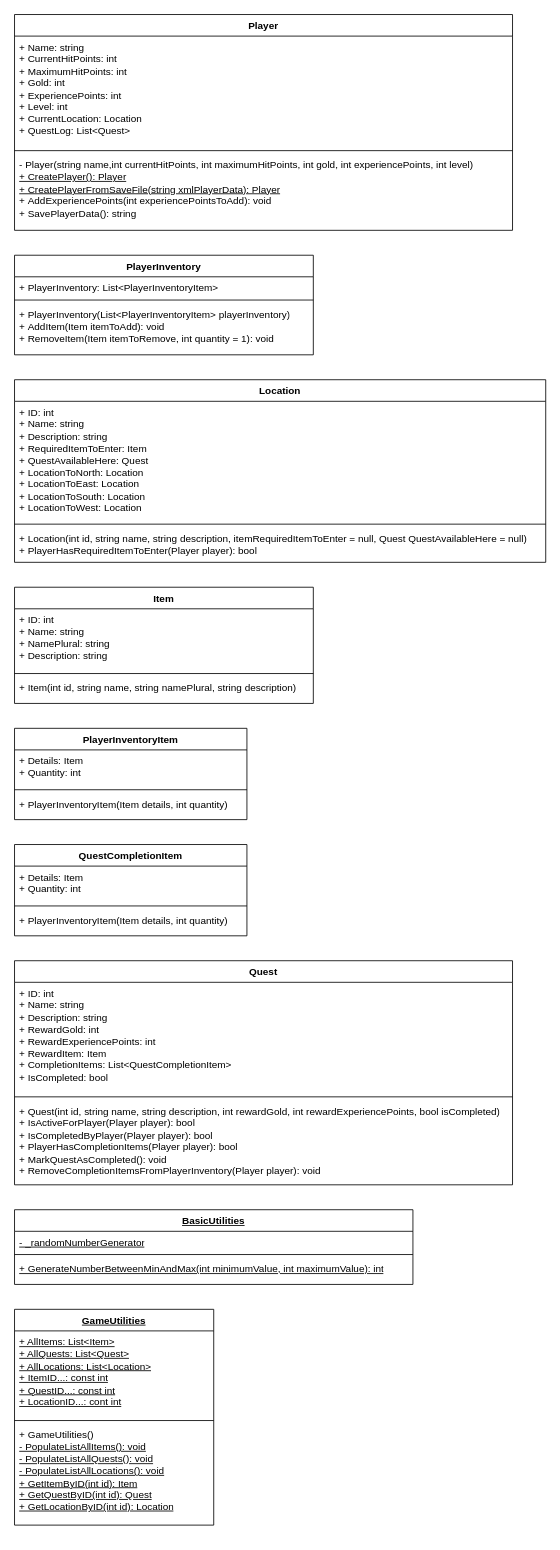
This is Documentation/ClassDiagrams/ClassDiagram.drawio from XPsyZchoX/Arcane_Echoes_The_Rise_of_the_Obsidian_Queen, a draw.io file, before an edit. Source tidied: cells renumbered, new cells numbered last; positions are measured from the earlier drawing's top-left corner, leaving out a move shared by most shapes. Both pictures are drawn from the tidied source at 83%, with x=0, y=0 at pixel (14, 14).
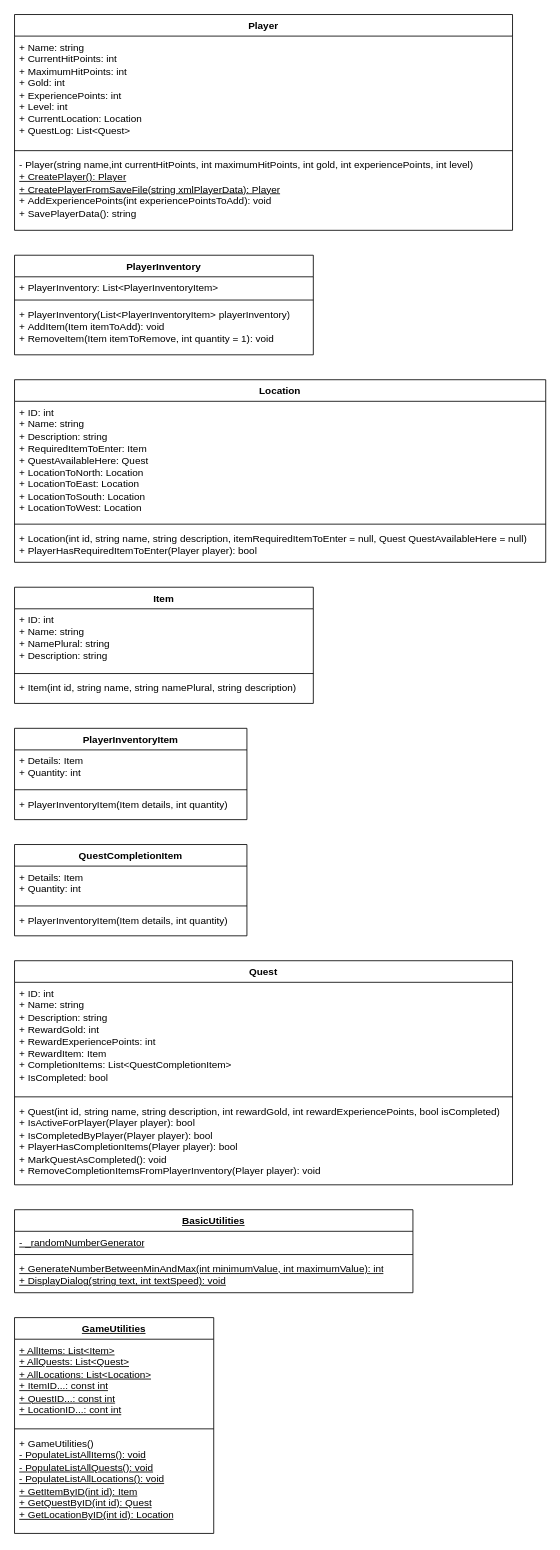
The same page after the edit.

Commit message (it also covers changes not shown here):
Updated: - The class diagram

The edit, as a diff of the source:
```diff
@@
     <mxCell id="18" value="&lt;u&gt;BasicUtilities&lt;/u&gt;" style="swimlane;fontStyle=1;align=center;verticalAlign=top;horizontal=1;startSize=26;whiteSpace=wrap;html=1;" parent="1" vertex="1">
-      <mxGeometry y="1440" width="480" height="90" as="geometry" />
+      <mxGeometry y="1440" width="480" height="100" as="geometry" />
     </mxCell>
@@
-    <mxCell id="21" value="&lt;u&gt;+ GenerateNumberBetweenMinAndMax(int minimumValue, int maximumValue): int&lt;/u&gt;" style="text;strokeColor=none;fillColor=none;align=left;verticalAlign=top;spacingLeft=4;spacingRight=4;overflow=hidden;whiteSpace=wrap;html=1;" parent="18" vertex="1">
-      <mxGeometry y="58" width="480" height="32" as="geometry" />
+    <mxCell id="21" value="&lt;u&gt;+ GenerateNumberBetweenMinAndMax(int minimumValue, int maximumValue): int&lt;br&gt;+ DisplayDialog(string text, int textSpeed): void&lt;br&gt;&lt;/u&gt;" style="text;strokeColor=none;fillColor=none;align=left;verticalAlign=top;spacingLeft=4;spacingRight=4;overflow=hidden;whiteSpace=wrap;html=1;" parent="18" vertex="1">
+      <mxGeometry y="58" width="480" height="42" as="geometry" />
     </mxCell>
     <mxCell id="22" value="&lt;u&gt;GameUtilities&lt;/u&gt;" style="swimlane;fontStyle=1;align=center;verticalAlign=top;horizontal=1;startSize=26;whiteSpace=wrap;html=1;" parent="1" vertex="1">
-      <mxGeometry y="1560" width="240" height="260" as="geometry" />
+      <mxGeometry y="1570" width="240" height="260" as="geometry" />
     </mxCell>
```
